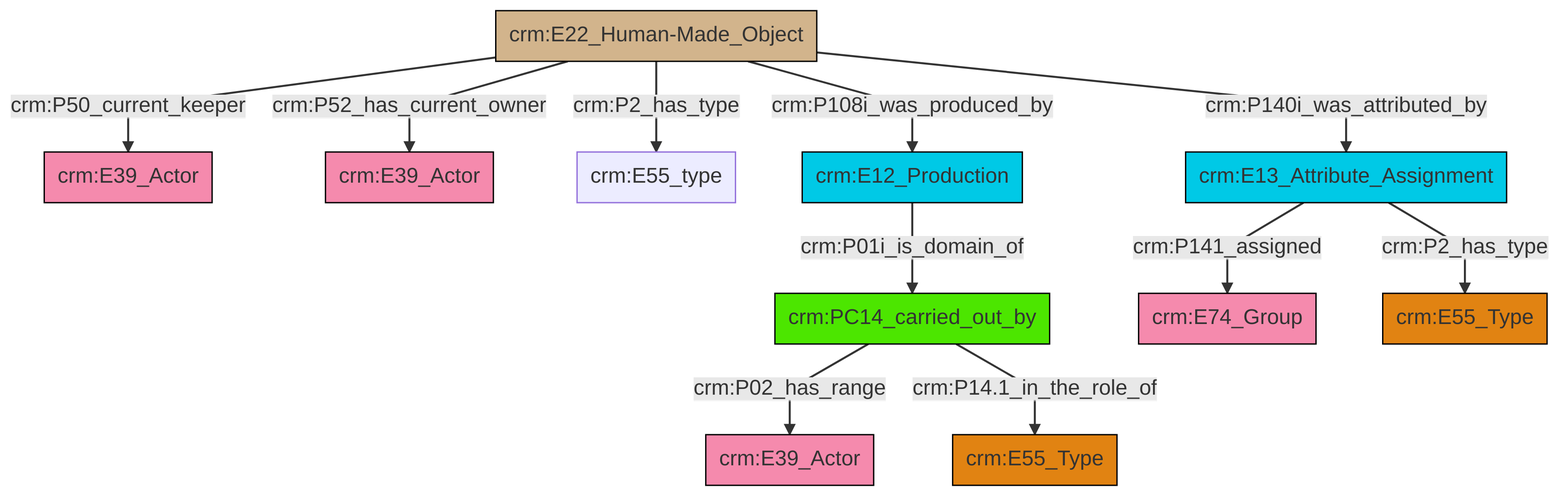
Above: et/artworkCSV/ttl/mmd/png/Artwork_Actor_Relations.png in swiss-art-research-net/docs.swissartresearch (Mermaid), before the change. Its source is kept beside it as et/artworkCSV/ttl/mmd/Artwork_Actor_Relations.ttl.mmd. The source it was exported from:
```mermaid
graph TD
classDef Literal fill:#f2f2f2,stroke:#000000;
classDef CRM_Entity fill:#FFFFFF,stroke:#000000;
classDef Temporal_Entity fill:#00C9E6, stroke:#000000;
classDef Type fill:#E18312, stroke:#000000;
classDef Time-Span fill:#2C9C91, stroke:#000000;
classDef Appellation fill:#FFEB7F, stroke:#000000;
classDef Place fill:#008836, stroke:#000000;
classDef Persistent_Item fill:#B266B2, stroke:#000000;
classDef Conceptual_Object fill:#FFD700, stroke:#000000;
classDef Physical_Thing fill:#D2B48C, stroke:#000000;
classDef Actor fill:#f58aad, stroke:#000000;
classDef PC_Classes fill:#4ce600, stroke:#000000;
classDef Multi fill:#cccccc,stroke:#000000;

13["crm:PC14_carried_out_by"]:::PC_Classes -->|crm:P02_has_range| 11["crm:E39_Actor"]:::Actor
13["crm:PC14_carried_out_by"]:::PC_Classes -->|crm:P14.1_in_the_role_of| 0["crm:E55_Type"]:::Type
2["crm:E22_Human-Made_Object"]:::Physical_Thing -->|crm:P50_current_keeper| 16["crm:E39_Actor"]:::Actor
2["crm:E22_Human-Made_Object"]:::Physical_Thing -->|crm:P52_has_current_owner| 6["crm:E39_Actor"]:::Actor
2["crm:E22_Human-Made_Object"]:::Physical_Thing -->|crm:P2_has_type| 17["crm:E55_type"]:::Default
14["crm:E12_Production"]:::Temporal_Entity -->|crm:P01i_is_domain_of| 13["crm:PC14_carried_out_by"]:::PC_Classes
8["crm:E13_Attribute_Assignment"]:::Temporal_Entity -->|crm:P141_assigned| 18["crm:E74_Group"]:::Actor
2["crm:E22_Human-Made_Object"]:::Physical_Thing -->|crm:P108i_was_produced_by| 14["crm:E12_Production"]:::Temporal_Entity
2["crm:E22_Human-Made_Object"]:::Physical_Thing -->|crm:P140i_was_attributed_by| 8["crm:E13_Attribute_Assignment"]:::Temporal_Entity
8["crm:E13_Attribute_Assignment"]:::Temporal_Entity -->|crm:P2_has_type| 4["crm:E55_Type"]:::Type
```
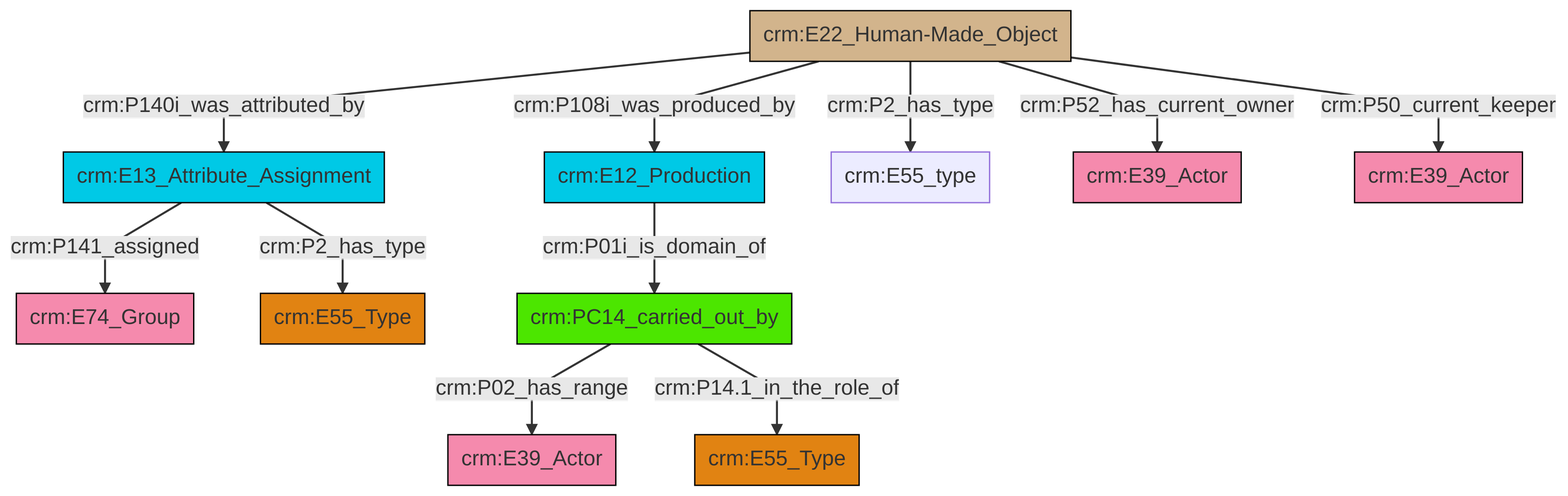
Later version of the same file.

Diff of the diagram source:
```diff
@@ -13,13 +13,13 @@
 classDef PC_Classes fill:#4ce600, stroke:#000000;
 classDef Multi fill:#cccccc,stroke:#000000;
 
-13["crm:PC14_carried_out_by"]:::PC_Classes -->|crm:P02_has_range| 11["crm:E39_Actor"]:::Actor
-13["crm:PC14_carried_out_by"]:::PC_Classes -->|crm:P14.1_in_the_role_of| 0["crm:E55_Type"]:::Type
-2["crm:E22_Human-Made_Object"]:::Physical_Thing -->|crm:P50_current_keeper| 16["crm:E39_Actor"]:::Actor
-2["crm:E22_Human-Made_Object"]:::Physical_Thing -->|crm:P52_has_current_owner| 6["crm:E39_Actor"]:::Actor
-2["crm:E22_Human-Made_Object"]:::Physical_Thing -->|crm:P2_has_type| 17["crm:E55_type"]:::Default
-14["crm:E12_Production"]:::Temporal_Entity -->|crm:P01i_is_domain_of| 13["crm:PC14_carried_out_by"]:::PC_Classes
-8["crm:E13_Attribute_Assignment"]:::Temporal_Entity -->|crm:P141_assigned| 18["crm:E74_Group"]:::Actor
-2["crm:E22_Human-Made_Object"]:::Physical_Thing -->|crm:P108i_was_produced_by| 14["crm:E12_Production"]:::Temporal_Entity
-2["crm:E22_Human-Made_Object"]:::Physical_Thing -->|crm:P140i_was_attributed_by| 8["crm:E13_Attribute_Assignment"]:::Temporal_Entity
-8["crm:E13_Attribute_Assignment"]:::Temporal_Entity -->|crm:P2_has_type| 4["crm:E55_Type"]:::Type
+2["crm:E22_Human-Made_Object"]:::Physical_Thing -->|crm:P140i_was_attributed_by| 4["crm:E13_Attribute_Assignment"]:::Temporal_Entity
+2["crm:E22_Human-Made_Object"]:::Physical_Thing -->|crm:P108i_was_produced_by| 5["crm:E12_Production"]:::Temporal_Entity
+2["crm:E22_Human-Made_Object"]:::Physical_Thing -->|crm:P2_has_type| 9["crm:E55_type"]:::Default
+4["crm:E13_Attribute_Assignment"]:::Temporal_Entity -->|crm:P141_assigned| 14["crm:E74_Group"]:::Actor
+4["crm:E13_Attribute_Assignment"]:::Temporal_Entity -->|crm:P2_has_type| 0["crm:E55_Type"]:::Type
+5["crm:E12_Production"]:::Temporal_Entity -->|crm:P01i_is_domain_of| 7["crm:PC14_carried_out_by"]:::PC_Classes
+7["crm:PC14_carried_out_by"]:::PC_Classes -->|crm:P02_has_range| 12["crm:E39_Actor"]:::Actor
+7["crm:PC14_carried_out_by"]:::PC_Classes -->|crm:P14.1_in_the_role_of| 10["crm:E55_Type"]:::Type
+2["crm:E22_Human-Made_Object"]:::Physical_Thing -->|crm:P52_has_current_owner| 21["crm:E39_Actor"]:::Actor
+2["crm:E22_Human-Made_Object"]:::Physical_Thing -->|crm:P50_current_keeper| 19["crm:E39_Actor"]:::Actor
```
